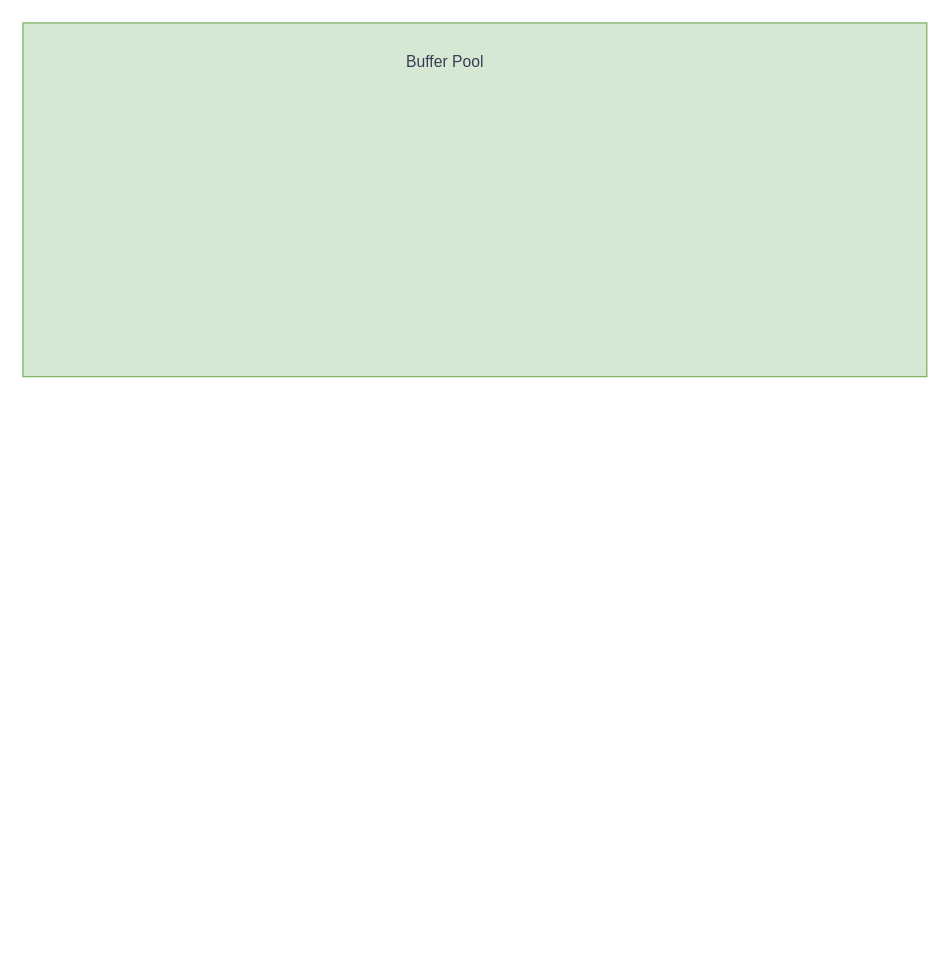
Earlier version of the draw.io diagram mysql/innodb engner.drawio (heihei180/temp_file). Source tidied: cells renumbered, new cells numbered last; positions are measured from the earlier drawing's top-left corner, leaving out a move shared by most shapes. Both pictures are drawn from the tidied source at 131%, with x=0, y=0 at pixel (22, 22).
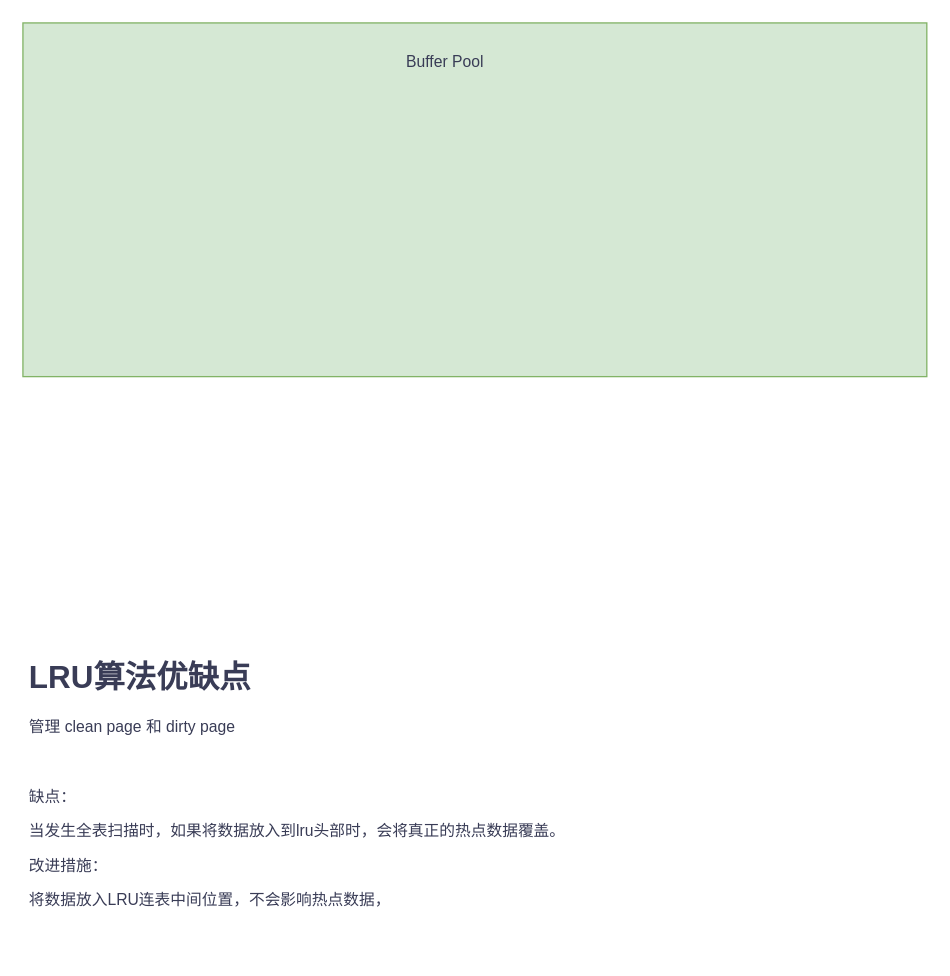
The same diagram, later.

What changed in the source:
```diff
@@
 <mxGraphModel>
   <root>
     <mxCell id="0" />
     <mxCell id="1" parent="0" />
     <mxCell id="2" style="rounded=0;whiteSpace=wrap;html=1;labelBackgroundColor=none;fillColor=#d5e8d4;strokeColor=#82b366;" parent="1" vertex="1">
       <mxGeometry width="690" height="270" as="geometry" />
     </mxCell>
     <mxCell id="3" value="Buffer Pool" style="text;html=1;align=center;verticalAlign=middle;whiteSpace=wrap;rounded=0;fontColor=#393C56;" parent="1" vertex="1">
       <mxGeometry x="250" y="20" width="145" height="20" as="geometry" />
     </mxCell>
+    <mxCell id="4" value="&lt;h1&gt;LRU算法优缺点&lt;br&gt;&lt;/h1&gt;&lt;p&gt;管理 clean page 和 dirty page&lt;/p&gt;&lt;p&gt;&lt;br&gt;&lt;/p&gt;&lt;p&gt;缺点：&lt;/p&gt;&lt;p&gt;当发生全表扫描时，如果将数据放入到lru头部时，会将真正的热点数据覆盖。&lt;/p&gt;&lt;p&gt;改进措施：&lt;/p&gt;&lt;p&gt;将数据放入LRU连表中间位置，不会影响热点数据，&lt;br&gt;&lt;/p&gt;" style="text;html=1;spacing=5;spacingTop=-20;whiteSpace=wrap;overflow=hidden;rounded=0;fontColor=#393C56;" parent="1" vertex="1">
+      <mxGeometry y="480" width="690" height="230" as="geometry" />
+    </mxCell>
   </root>
 </mxGraphModel>
```
